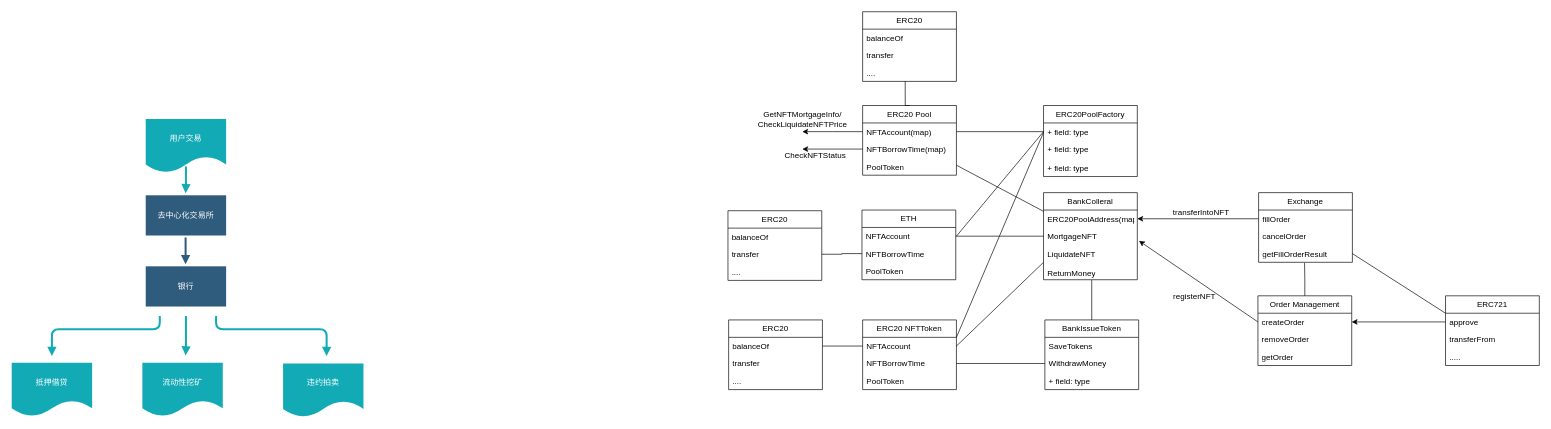
Adamlixi/adamblog.github.io keeps this draw.io diagram as 未命名绘图.drawio. Above is the earlier version. Source tidied: cells renumbered, new cells numbered last; positions are measured from the earlier drawing's top-left corner, leaving out a move shared by most shapes. Both pictures are drawn from the tidied source at 67%, with x=0, y=0 at pixel (11, 11).
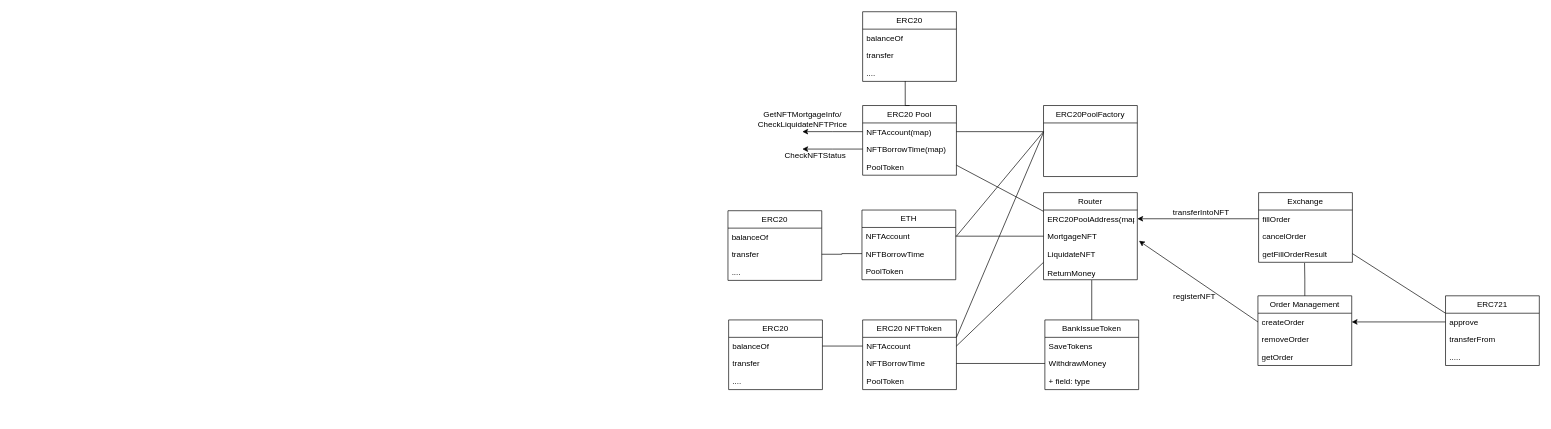
After the change.

Commit message:
更新未命名绘图.drawio

Unchanged cells that the change refers to:
```xml
<mxCell id="17" value="NFTAccount(map)" style="text;strokeColor=none;fillColor=none;align=left;verticalAlign=top;spacingLeft=4;spacingRight=4;overflow=hidden;points=[[0,0.5],[1,0.5]];portConstraint=eastwest;whiteSpace=wrap;html=1;" parent="15" vertex="1">
  <mxGeometry y="26" width="140" height="26" as="geometry" />
</mxCell>
<mxCell id="72" value="ERC20PoolFactory" style="swimlane;fontStyle=0;horizontal=1;startSize=26;fillColor=none;whiteSpace=wrap;html=1;" parent="1" vertex="1">
  <mxGeometry x="1540" y="140" width="140" height="106" as="geometry" />
</mxCell>
```

The edit, as a diff of the source:
```diff
@@
-    <mxCell id="2" value="去中心化交易所" style="whiteSpace=wrap;shadow=0;fontColor=#FFFFFF;fontFamily=Helvetica;fontStyle=0;html=1;fontSize=12;plain-purple;strokeColor=none;fillColor=#2f5b7c;gradientColor=none;spacing=6;verticalAlign=middle;" parent="1" vertex="1">
-      <mxGeometry x="200" y="274" width="120" height="60" as="geometry" />
-    </mxCell>
-    <mxCell id="3" value="银行" style="whiteSpace=wrap;shadow=0;fontColor=#FFFFFF;fontFamily=Helvetica;fontStyle=0;html=1;fontSize=12;plain-purple;strokeColor=none;fillColor=#2f5b7c;gradientColor=none;spacing=6;verticalAlign=middle;" parent="1" vertex="1">
-      <mxGeometry x="200" y="380" width="120" height="60" as="geometry" />
-    </mxCell>
-    <mxCell id="4" value="抵押借贷&lt;br&gt; " style="shape=document;whiteSpace=wrap;verticalAlign=middle;strokeColor=none;fillColor=#12aab5;shadow=0;fontColor=#FFFFFF;fontFamily=Helvetica;fontStyle=0;html=1;fontSize=12;spacing=6;spacingBottom=22;" parent="1" vertex="1">
-      <mxGeometry y="524" width="120" height="80" as="geometry" />
-    </mxCell>
-    <mxCell id="5" value="流动性挖矿&lt;br&gt; " style="shape=document;whiteSpace=wrap;verticalAlign=middle;strokeColor=none;fillColor=#12aab5;shadow=0;fontColor=#FFFFFF;fontFamily=Helvetica;fontStyle=0;html=1;fontSize=12;spacing=6;spacingBottom=22;" parent="1" vertex="1">
-      <mxGeometry x="195" y="524" width="120" height="80" as="geometry" />
-    </mxCell>
-    <mxCell id="6" value="违约拍卖&lt;br&gt; " style="shape=document;whiteSpace=wrap;verticalAlign=middle;strokeColor=none;fillColor=#12aab5;shadow=0;fontColor=#FFFFFF;fontFamily=Helvetica;fontStyle=0;html=1;fontSize=12;spacing=6;spacingBottom=22;" parent="1" vertex="1">
-      <mxGeometry x="405" y="525" width="120" height="80" as="geometry" />
-    </mxCell>
-    <mxCell id="7" value="用户交易&lt;br&gt; " style="shape=document;whiteSpace=wrap;verticalAlign=middle;strokeColor=none;fillColor=#12aab5;shadow=0;fontColor=#FFFFFF;fontFamily=Helvetica;fontStyle=0;html=1;fontSize=12;spacing=6;spacingBottom=22;" parent="1" vertex="1">
-      <mxGeometry x="200" y="160" width="120" height="80" as="geometry" />
-    </mxCell>
-    <mxCell id="8" style="edgeStyle=segmentEdgeStyle;strokeColor=#12AAB5;strokeWidth=3;html=1;endArrow=block;endFill=1;" parent="1" edge="1">
-      <mxGeometry x="-57.5" y="656" as="geometry">
-        <mxPoint x="260" y="231" as="sourcePoint" />
-        <mxPoint x="259.5" y="271" as="targetPoint" />
-        <Array as="points">
-          <mxPoint x="259.5" y="261" />
-        </Array>
-      </mxGeometry>
-    </mxCell>
-    <mxCell id="9" style="edgeStyle=segmentEdgeStyle;strokeColor=#2F5B7C;strokeWidth=3;html=1;endArrow=block;endFill=1;" parent="1" edge="1">
-      <mxGeometry relative="1" as="geometry">
-        <mxPoint x="259.5" y="337" as="sourcePoint" />
-        <mxPoint x="259.5" y="377" as="targetPoint" />
-        <Array as="points">
-          <mxPoint x="259.5" y="362" />
-          <mxPoint x="259.5" y="362" />
-        </Array>
-      </mxGeometry>
-    </mxCell>
-    <mxCell id="10" style="edgeStyle=segmentEdgeStyle;strokeColor=#12AAB5;strokeWidth=3;html=1;endArrow=block;endFill=1;" parent="1" edge="1">
-      <mxGeometry x="-97" y="869" as="geometry">
-        <mxPoint x="221" y="454" as="sourcePoint" />
-        <mxPoint x="60" y="514" as="targetPoint" />
-        <Array as="points">
-          <mxPoint x="221" y="474" />
-          <mxPoint x="60" y="474" />
-        </Array>
-      </mxGeometry>
-    </mxCell>
-    <mxCell id="11" style="edgeStyle=segmentEdgeStyle;strokeColor=#12AAB5;strokeWidth=3;html=1;endArrow=block;endFill=1;" parent="1" edge="1">
-      <mxGeometry x="313" y="869" as="geometry">
-        <mxPoint x="305" y="454" as="sourcePoint" />
-        <mxPoint x="470" y="514" as="targetPoint" />
-        <Array as="points">
-          <mxPoint x="305" y="474" />
-          <mxPoint x="470" y="474" />
-        </Array>
-      </mxGeometry>
-    </mxCell>
-    <mxCell id="12" style="edgeStyle=segmentEdgeStyle;strokeColor=#12AAB5;strokeWidth=3;html=1;endArrow=block;endFill=1;" parent="1" edge="1">
-      <mxGeometry x="-57.5" y="898" as="geometry">
-        <mxPoint x="260" y="454" as="sourcePoint" />
-        <mxPoint x="259.5" y="513" as="targetPoint" />
-        <Array as="points">
-          <mxPoint x="259.5" y="503" />
-        </Array>
-      </mxGeometry>
-    </mxCell>
@@
-    <mxCell id="21" value="BankColleral" style="swimlane;fontStyle=0;horizontal=1;startSize=26;fillColor=none;whiteSpace=wrap;html=1;" parent="1" vertex="1">
+    <mxCell id="21" value="Router" style="swimlane;fontStyle=0;horizontal=1;startSize=26;fillColor=none;whiteSpace=wrap;html=1;" parent="1" vertex="1">
       <mxGeometry x="1540" y="270" width="140" height="130" as="geometry" />
     </mxCell>
@@
-    <mxCell id="73" value="+ field: type" style="text;strokeColor=none;fillColor=none;align=left;verticalAlign=top;spacingLeft=4;spacingRight=4;overflow=hidden;points=[[0,0.5],[1,0.5]];portConstraint=eastwest;whiteSpace=wrap;html=1;" parent="72" vertex="1">
-      <mxGeometry y="26" width="140" height="26" as="geometry" />
-    </mxCell>
-    <mxCell id="74" value="+ field: type" style="text;strokeColor=none;fillColor=none;align=left;verticalAlign=top;spacingLeft=4;spacingRight=4;overflow=hidden;whiteSpace=wrap;html=1;" parent="72" vertex="1">
-      <mxGeometry y="52" width="140" height="28" as="geometry" />
-    </mxCell>
-    <mxCell id="75" value="+ field: type" style="text;strokeColor=none;fillColor=none;align=left;verticalAlign=top;spacingLeft=4;spacingRight=4;overflow=hidden;whiteSpace=wrap;html=1;" parent="72" vertex="1">
-      <mxGeometry y="80" width="140" height="26" as="geometry" />
-    </mxCell>
-    <mxCell id="76" style="edgeStyle=orthogonalEdgeStyle;rounded=0;jettySize=auto;html=1;exitX=1;exitY=0.5;exitDx=0;exitDy=0;entryX=0;entryY=0.5;entryDx=0;entryDy=0;endArrow=none;endFill=0;" parent="1" edge="1" source="17" target="73">
-      <mxGeometry relative="1" as="geometry" />
+    <mxCell id="76" style="edgeStyle=orthogonalEdgeStyle;rounded=0;jettySize=auto;html=1;exitX=1;exitY=0.5;exitDx=0;exitDy=0;entryX=0;entryY=0.5;entryDx=0;entryDy=0;endArrow=none;endFill=0;" parent="1" edge="1" source="17">
+      <mxGeometry relative="1" as="geometry">
+        <mxPoint x="1540" y="179" as="targetPoint" />
+      </mxGeometry>
     </mxCell>
-    <mxCell id="77" style="rounded=0;jettySize=auto;html=1;entryX=0;entryY=0.5;entryDx=0;entryDy=0;endArrow=none;endFill=0;" parent="1" edge="1" target="73">
+    <mxCell id="77" style="rounded=0;orthogonalLoop=1;jettySize=auto;html=1;entryX=0;entryY=0.5;entryDx=0;entryDy=0;endArrow=none;endFill=0;" parent="1" edge="1">
       <mxGeometry relative="1" as="geometry">
         <mxPoint x="1410" y="335" as="sourcePoint" />
+        <mxPoint x="1540" y="179" as="targetPoint" />
       </mxGeometry>
     </mxCell>
```
